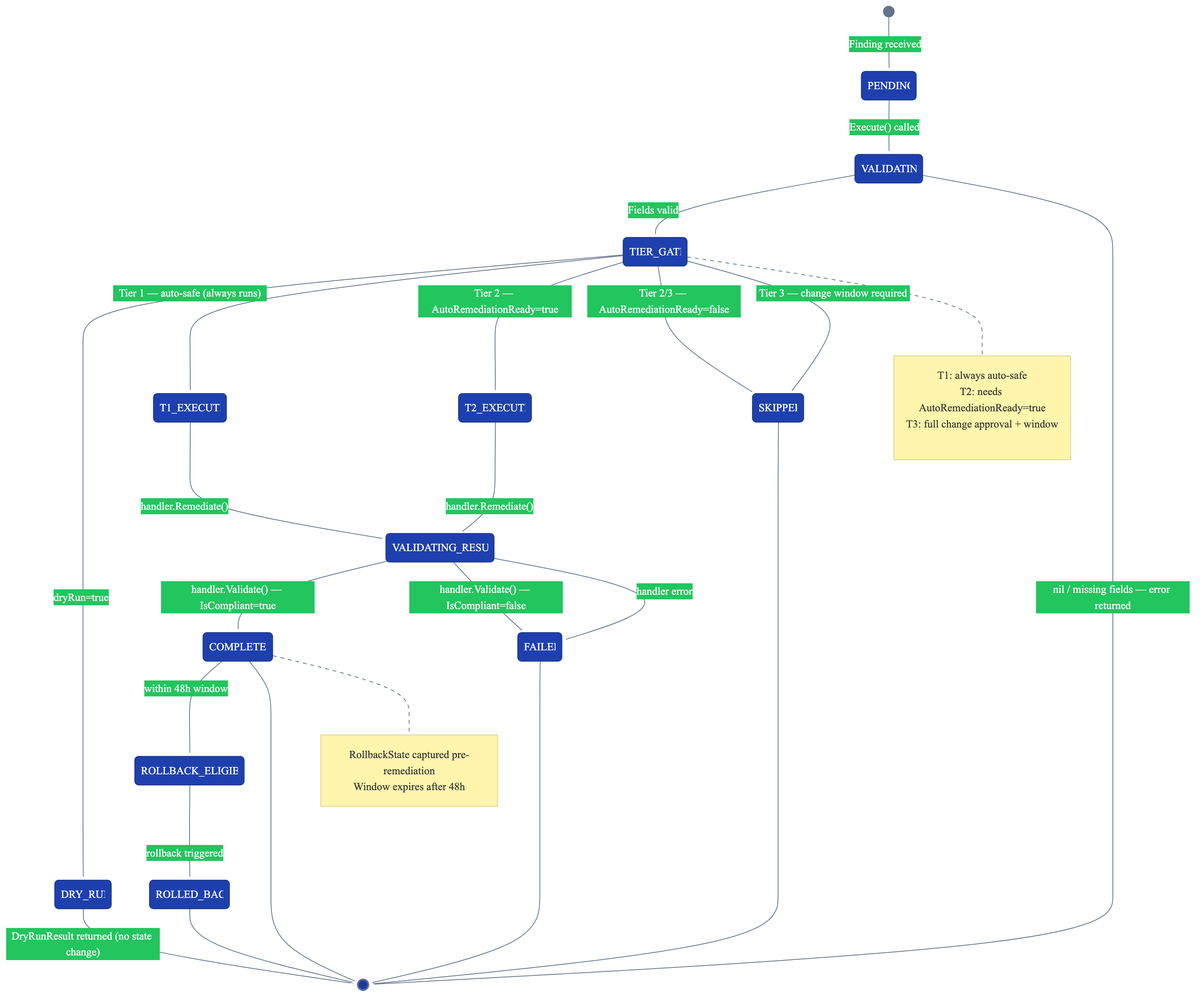
Above: docs/core/diagrams/remediation-dispatcher-flow.png in lvonguyen/cloudforge (Mermaid), before the change. Its source is kept beside it as docs/core/diagrams/remediation-dispatcher-flow.mmd.
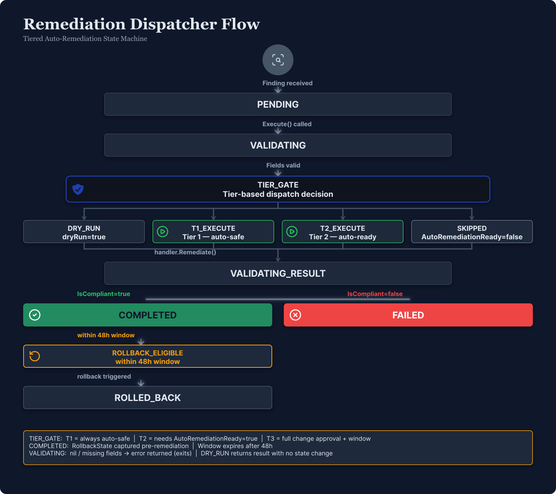
Above is the later version.

Change to the diagram source:
```diff
@@ -26,7 +26,7 @@
     VALIDATING_RESULT --> FAILED : handler error
 
     COMPLETED --> ROLLBACK_ELIGIBLE : within 48h window
-    ROLLBACK_ELIGIBLE --> ROLLED_BACK : rollback triggered
+    ROLLBACK_ELIGIBLE --> ROLLED_BACK : registered rollback path executed
     ROLLED_BACK --> [*]
 
     SKIPPED --> [*]
@@ -36,10 +36,11 @@
     note right of TIER_GATE
         T1: always auto-safe
         T2: needs AutoRemediationReady=true
-        T3: full change approval + window
+        T3: manual approval + change window
     end note
 
     note right of COMPLETED
         RollbackState captured pre-remediation
+        Registered handlers support rollback
         Window expires after 48h
     end note
```
